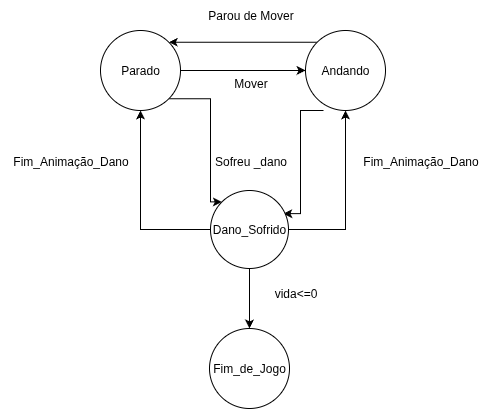
Above: documents/FSM/Player.drawio.png in Projeto-de-Interfaces-Graficas/Pesadelo-no-Escritorio (draw.io), before the change. Source tidied: cells renumbered, new cells last; positions are measured from the earlier drawing's top-left corner, leaving out a move shared by most shapes.
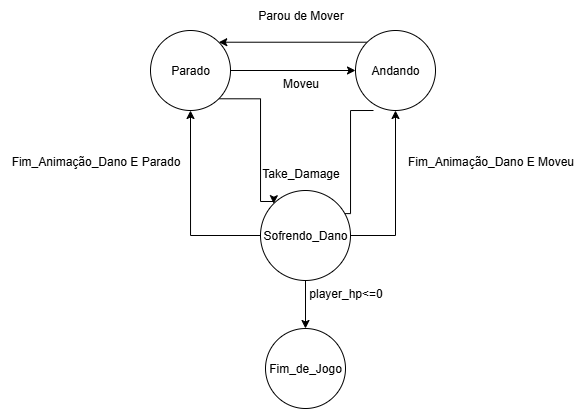
Above is the later version.

Change to the diagram source:
```diff
@@ -41,29 +41,29 @@
     <mxCell id="10" style="edgeStyle=orthogonalEdgeStyle;rounded=0;jettySize=auto;html=1;exitX=1;exitY=0.5;exitDx=0;exitDy=0;entryX=0.5;entryY=1;entryDx=0;entryDy=0;" parent="1" edge="1" source="11" target="7">
       <mxGeometry relative="1" as="geometry" />
     </mxCell>
-    <mxCell id="11" value="Dano_Sofrido" style="ellipse;whiteSpace=wrap;html=1;" parent="1" vertex="1">
-      <mxGeometry x="210" y="190" width="78" height="78" as="geometry" />
+    <mxCell id="11" value="Sofrendo_Dano" style="ellipse;whiteSpace=wrap;html=1;" parent="1" vertex="1">
+      <mxGeometry x="210" y="190" width="90" height="90" as="geometry" />
     </mxCell>
     <mxCell id="12" value="Fim_de_Jogo" style="ellipse;whiteSpace=wrap;html=1;" parent="1" vertex="1">
-      <mxGeometry x="209" y="328" width="80" height="80" as="geometry" />
+      <mxGeometry x="215" y="328" width="80" height="80" as="geometry" />
     </mxCell>
-    <mxCell id="13" value="Mover" style="text;html=1;align=center;verticalAlign=middle;strokeColor=none;fillColor=none;" parent="1" vertex="1">
+    <mxCell id="13" value="Moveu" style="text;html=1;align=center;verticalAlign=middle;strokeColor=none;fillColor=none;" parent="1" vertex="1">
       <mxGeometry x="220" y="68" width="60" height="30" as="geometry" />
     </mxCell>
     <mxCell id="14" value="Parou de Mover" style="text;html=1;align=center;verticalAlign=middle;strokeColor=none;fillColor=none;" parent="1" vertex="1">
       <mxGeometry x="195" width="110" height="30" as="geometry" />
     </mxCell>
-    <mxCell id="15" value="vida&amp;lt;=0" style="text;html=1;align=center;verticalAlign=middle;strokeColor=none;fillColor=none;" parent="1" vertex="1">
-      <mxGeometry x="260" y="278" width="70" height="30" as="geometry" />
+    <mxCell id="15" value="player_hp&amp;lt;=0" style="text;html=1;align=center;verticalAlign=middle;strokeColor=none;fillColor=none;" parent="1" vertex="1">
+      <mxGeometry x="245" y="278" width="100" height="30" as="geometry" />
     </mxCell>
-    <mxCell id="16" value="Fim_Animação_Dano" style="text;html=1;align=center;verticalAlign=middle;strokeColor=none;fillColor=none;" parent="1" vertex="1">
-      <mxGeometry y="146" width="140" height="30" as="geometry" />
+    <mxCell id="16" value="Fim_Animação_Dano E Parado" style="text;html=1;align=center;verticalAlign=middle;strokeColor=none;fillColor=none;" parent="1" vertex="1">
+      <mxGeometry x="-50" y="146" width="190" height="30" as="geometry" />
     </mxCell>
-    <mxCell id="17" value="Fim_Animação_Dano" style="text;html=1;align=center;verticalAlign=middle;strokeColor=none;fillColor=none;" parent="1" vertex="1">
-      <mxGeometry x="350" y="146" width="140" height="30" as="geometry" />
+    <mxCell id="17" value="Fim_Animação_Dano E Moveu" style="text;html=1;align=center;verticalAlign=middle;strokeColor=none;fillColor=none;" parent="1" vertex="1">
+      <mxGeometry x="345" y="146" width="190" height="30" as="geometry" />
     </mxCell>
-    <mxCell id="18" value="Sofreu _dano" style="text;html=1;align=center;verticalAlign=middle;strokeColor=none;fillColor=none;" parent="1" vertex="1">
-      <mxGeometry x="200" y="146" width="100" height="30" as="geometry" />
+    <mxCell id="18" value="Take_Damage" style="text;html=1;align=center;verticalAlign=middle;strokeColor=none;fillColor=none;" parent="1" vertex="1">
+      <mxGeometry x="200" y="158" width="100" height="30" as="geometry" />
     </mxCell>
   </root>
 </mxGraphModel>
```
